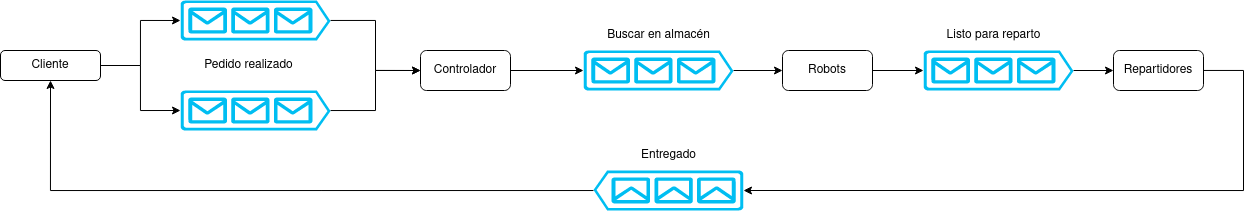
Earlier version of the draw.io export esquema.drawio.png (PabloSanchez2002/REDES2_P2). Source tidied: cells renumbered, new cells last; positions are measured from the earlier drawing's top-left corner, leaving out a move shared by most shapes. The source it was exported from:
```xml
<mxGraphModel>
  <root>
    <mxCell id="0" />
    <mxCell id="1" parent="0" />
    <mxCell id="2" style="edgeStyle=orthogonalEdgeStyle;rounded=0;jettySize=auto;html=1;entryX=0;entryY=0.5;entryDx=0;entryDy=0;entryPerimeter=0;" parent="1" edge="1" source="4" target="8">
      <mxGeometry relative="1" as="geometry" />
    </mxCell>
    <mxCell id="3" style="edgeStyle=orthogonalEdgeStyle;rounded=0;jettySize=auto;html=1;entryX=0;entryY=0.5;entryDx=0;entryDy=0;entryPerimeter=0;" parent="1" edge="1" source="4" target="6">
      <mxGeometry relative="1" as="geometry" />
    </mxCell>
    <mxCell id="4" value="Cliente" style="rounded=1;whiteSpace=wrap;html=1;fontSize=12;glass=0;strokeWidth=1;shadow=0;" parent="1" vertex="1">
      <mxGeometry y="50" width="100" height="30" as="geometry" />
    </mxCell>
    <mxCell id="5" style="edgeStyle=orthogonalEdgeStyle;rounded=0;jettySize=auto;html=1;entryX=0;entryY=0.5;entryDx=0;entryDy=0;" parent="1" edge="1" source="6" target="10">
      <mxGeometry relative="1" as="geometry" />
    </mxCell>
    <mxCell id="6" style="verticalLabelPosition=bottom;html=1;verticalAlign=top;align=center;strokeColor=none;fillColor=#00BEF2;shape=mxgraph.azure.queue_generic;" parent="1" vertex="1">
      <mxGeometry x="180" y="90" width="150" height="40" as="geometry" />
    </mxCell>
    <mxCell id="7" style="edgeStyle=orthogonalEdgeStyle;rounded=0;jettySize=auto;html=1;entryX=0;entryY=0.5;entryDx=0;entryDy=0;" parent="1" edge="1" source="8" target="10">
      <mxGeometry relative="1" as="geometry" />
    </mxCell>
    <mxCell id="8" style="verticalLabelPosition=bottom;html=1;verticalAlign=top;align=center;strokeColor=none;fillColor=#00BEF2;shape=mxgraph.azure.queue_generic;" parent="1" vertex="1">
      <mxGeometry x="180" width="150" height="40" as="geometry" />
    </mxCell>
    <mxCell id="9" style="edgeStyle=orthogonalEdgeStyle;rounded=0;jettySize=auto;html=1;entryX=0;entryY=0.5;entryDx=0;entryDy=0;entryPerimeter=0;" parent="1" edge="1" source="10" target="18">
      <mxGeometry relative="1" as="geometry" />
    </mxCell>
    <mxCell id="10" value="&lt;span id=&quot;yui_3_17_2_1_1678975793827_49&quot;&gt;Controlador&lt;/span&gt;&lt;span&gt;&lt;/span&gt;" style="rounded=1;whiteSpace=wrap;html=1;" parent="1" vertex="1">
      <mxGeometry x="420" y="50" width="90" height="40" as="geometry" />
    </mxCell>
    <mxCell id="11" style="edgeStyle=orthogonalEdgeStyle;rounded=0;jettySize=auto;html=1;entryX=0;entryY=0.5;entryDx=0;entryDy=0;" parent="1" edge="1" source="12" target="14">
      <mxGeometry relative="1" as="geometry" />
    </mxCell>
    <mxCell id="12" style="verticalLabelPosition=bottom;html=1;verticalAlign=top;align=center;strokeColor=none;fillColor=#00BEF2;shape=mxgraph.azure.queue_generic;" parent="1" vertex="1">
      <mxGeometry x="923" y="50" width="150" height="40" as="geometry" />
    </mxCell>
    <mxCell id="13" style="edgeStyle=orthogonalEdgeStyle;rounded=0;jettySize=auto;html=1;entryX=0;entryY=0.5;entryDx=0;entryDy=0;entryPerimeter=0;" parent="1" edge="1" source="14" target="16">
      <mxGeometry relative="1" as="geometry">
        <Array as="points">
          <mxPoint x="1243" y="70" />
          <mxPoint x="1243" y="190" />
        </Array>
      </mxGeometry>
    </mxCell>
    <mxCell id="14" value="Repartidores" style="rounded=1;whiteSpace=wrap;html=1;" parent="1" vertex="1">
      <mxGeometry x="1113" y="50" width="90" height="40" as="geometry" />
    </mxCell>
    <mxCell id="15" style="edgeStyle=orthogonalEdgeStyle;rounded=0;jettySize=auto;html=1;entryX=0.5;entryY=1;entryDx=0;entryDy=0;" parent="1" edge="1" source="16" target="4">
      <mxGeometry relative="1" as="geometry" />
    </mxCell>
    <mxCell id="16" style="verticalLabelPosition=bottom;html=1;verticalAlign=top;align=center;strokeColor=none;fillColor=#00BEF2;shape=mxgraph.azure.queue_generic;direction=west;" parent="1" vertex="1">
      <mxGeometry x="593" y="170" width="150" height="40" as="geometry" />
    </mxCell>
    <mxCell id="17" style="edgeStyle=orthogonalEdgeStyle;rounded=0;jettySize=auto;html=1;entryX=0;entryY=0.5;entryDx=0;entryDy=0;" parent="1" edge="1" source="18" target="20">
      <mxGeometry relative="1" as="geometry" />
    </mxCell>
    <mxCell id="18" style="verticalLabelPosition=bottom;html=1;verticalAlign=top;align=center;strokeColor=none;fillColor=#00BEF2;shape=mxgraph.azure.queue_generic;" parent="1" vertex="1">
      <mxGeometry x="583" y="50" width="150" height="40" as="geometry" />
    </mxCell>
    <mxCell id="19" style="edgeStyle=orthogonalEdgeStyle;rounded=0;jettySize=auto;html=1;entryX=0;entryY=0.5;entryDx=0;entryDy=0;entryPerimeter=0;" parent="1" edge="1" source="20" target="12">
      <mxGeometry relative="1" as="geometry" />
    </mxCell>
    <mxCell id="20" value="Robots" style="rounded=1;whiteSpace=wrap;html=1;" parent="1" vertex="1">
      <mxGeometry x="782" y="50" width="90" height="40" as="geometry" />
    </mxCell>
    <mxCell id="21" value="Pedido realizado" style="text;html=1;align=center;verticalAlign=middle;strokeColor=none;fillColor=none;" parent="1" vertex="1">
      <mxGeometry x="193" y="50" width="110" height="30" as="geometry" />
    </mxCell>
    <mxCell id="22" value="Buscar en almacén" style="text;html=1;align=center;verticalAlign=middle;strokeColor=none;fillColor=none;" parent="1" vertex="1">
      <mxGeometry x="593" y="20" width="130" height="30" as="geometry" />
    </mxCell>
    <mxCell id="23" value="Listo para reparto" style="text;html=1;align=center;verticalAlign=middle;strokeColor=none;fillColor=none;" parent="1" vertex="1">
      <mxGeometry x="933" y="20" width="120" height="30" as="geometry" />
    </mxCell>
    <mxCell id="24" value="Entregado" style="text;html=1;align=center;verticalAlign=middle;strokeColor=none;fillColor=none;" parent="1" vertex="1">
      <mxGeometry x="628" y="140" width="80" height="30" as="geometry" />
    </mxCell>
  </root>
</mxGraphModel>
```
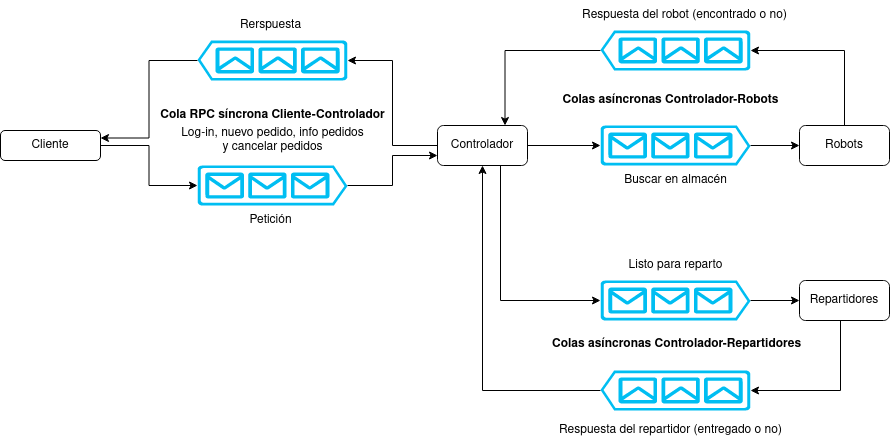
Above is the later version.

Change to the diagram source:
```diff
@@ -2,79 +2,113 @@
   <root>
     <mxCell id="0" />
     <mxCell id="1" parent="0" />
-    <mxCell id="2" style="edgeStyle=orthogonalEdgeStyle;rounded=0;jettySize=auto;html=1;entryX=0;entryY=0.5;entryDx=0;entryDy=0;entryPerimeter=0;" parent="1" edge="1" source="4" target="8">
-      <mxGeometry relative="1" as="geometry" />
-    </mxCell>
     <mxCell id="3" style="edgeStyle=orthogonalEdgeStyle;rounded=0;jettySize=auto;html=1;entryX=0;entryY=0.5;entryDx=0;entryDy=0;entryPerimeter=0;" parent="1" edge="1" source="4" target="6">
       <mxGeometry relative="1" as="geometry" />
     </mxCell>
     <mxCell id="4" value="Cliente" style="rounded=1;whiteSpace=wrap;html=1;fontSize=12;glass=0;strokeWidth=1;shadow=0;" parent="1" vertex="1">
-      <mxGeometry y="50" width="100" height="30" as="geometry" />
+      <mxGeometry x="-17" y="50" width="100" height="30" as="geometry" />
     </mxCell>
-    <mxCell id="5" style="edgeStyle=orthogonalEdgeStyle;rounded=0;jettySize=auto;html=1;entryX=0;entryY=0.5;entryDx=0;entryDy=0;" parent="1" edge="1" source="6" target="10">
+    <mxCell id="5" style="edgeStyle=orthogonalEdgeStyle;rounded=0;jettySize=auto;html=1;entryX=0;entryY=0.75;entryDx=0;entryDy=0;" parent="1" edge="1" source="6" target="10">
       <mxGeometry relative="1" as="geometry" />
     </mxCell>
     <mxCell id="6" style="verticalLabelPosition=bottom;html=1;verticalAlign=top;align=center;strokeColor=none;fillColor=#00BEF2;shape=mxgraph.azure.queue_generic;" parent="1" vertex="1">
-      <mxGeometry x="180" y="90" width="150" height="40" as="geometry" />
+      <mxGeometry x="180" y="85" width="150" height="40" as="geometry" />
     </mxCell>
-    <mxCell id="7" style="edgeStyle=orthogonalEdgeStyle;rounded=0;jettySize=auto;html=1;entryX=0;entryY=0.5;entryDx=0;entryDy=0;" parent="1" edge="1" source="8" target="10">
-      <mxGeometry relative="1" as="geometry" />
-    </mxCell>
+    <mxCell id="25" style="edgeStyle=orthogonalEdgeStyle;rounded=0;jettySize=auto;html=1;entryX=1;entryY=0.25;entryDx=0;entryDy=0;" parent="1" edge="1" source="8" target="4">
+      <mxGeometry relative="1" as="geometry" />
+    </mxCell>
-    <mxCell id="8" style="verticalLabelPosition=bottom;html=1;verticalAlign=top;align=center;strokeColor=none;fillColor=#00BEF2;shape=mxgraph.azure.queue_generic;" parent="1" vertex="1">
-      <mxGeometry x="180" width="150" height="40" as="geometry" />
+    <mxCell id="8" style="verticalLabelPosition=bottom;html=1;verticalAlign=top;align=center;strokeColor=none;fillColor=#00BEF2;shape=mxgraph.azure.queue_generic;direction=west;" parent="1" vertex="1">
+      <mxGeometry x="180" y="-40" width="150" height="40" as="geometry" />
     </mxCell>
     <mxCell id="9" style="edgeStyle=orthogonalEdgeStyle;rounded=0;jettySize=auto;html=1;entryX=0;entryY=0.5;entryDx=0;entryDy=0;entryPerimeter=0;" parent="1" edge="1" source="10" target="18">
       <mxGeometry relative="1" as="geometry" />
     </mxCell>
+    <mxCell id="26" style="edgeStyle=orthogonalEdgeStyle;rounded=0;jettySize=auto;html=1;entryX=0;entryY=0.5;entryDx=0;entryDy=0;entryPerimeter=0;" parent="1" edge="1" source="10" target="12">
+      <mxGeometry relative="1" as="geometry">
+        <Array as="points">
+          <mxPoint x="483" y="220" />
+        </Array>
+      </mxGeometry>
+    </mxCell>
+    <mxCell id="27" style="edgeStyle=orthogonalEdgeStyle;rounded=0;jettySize=auto;html=1;entryX=0;entryY=0.5;entryDx=0;entryDy=0;entryPerimeter=0;" parent="1" edge="1" source="10" target="8">
+      <mxGeometry relative="1" as="geometry" />
+    </mxCell>
     <mxCell id="10" value="&lt;span id=&quot;yui_3_17_2_1_1678975793827_49&quot;&gt;Controlador&lt;/span&gt;&lt;span&gt;&lt;/span&gt;" style="rounded=1;whiteSpace=wrap;html=1;" parent="1" vertex="1">
-      <mxGeometry x="420" y="50" width="90" height="40" as="geometry" />
+      <mxGeometry x="420" y="45" width="90" height="40" as="geometry" />
     </mxCell>
     <mxCell id="11" style="edgeStyle=orthogonalEdgeStyle;rounded=0;jettySize=auto;html=1;entryX=0;entryY=0.5;entryDx=0;entryDy=0;" parent="1" edge="1" source="12" target="14">
       <mxGeometry relative="1" as="geometry" />
     </mxCell>
     <mxCell id="12" style="verticalLabelPosition=bottom;html=1;verticalAlign=top;align=center;strokeColor=none;fillColor=#00BEF2;shape=mxgraph.azure.queue_generic;" parent="1" vertex="1">
-      <mxGeometry x="923" y="50" width="150" height="40" as="geometry" />
+      <mxGeometry x="583" y="200" width="150" height="40" as="geometry" />
     </mxCell>
-    <mxCell id="13" style="edgeStyle=orthogonalEdgeStyle;rounded=0;jettySize=auto;html=1;entryX=0;entryY=0.5;entryDx=0;entryDy=0;entryPerimeter=0;" parent="1" edge="1" source="14" target="16">
-      <mxGeometry relative="1" as="geometry">
-        <Array as="points">
-          <mxPoint x="1243" y="70" />
-          <mxPoint x="1243" y="190" />
-        </Array>
-      </mxGeometry>
-    </mxCell>
+    <mxCell id="28" style="edgeStyle=orthogonalEdgeStyle;rounded=0;jettySize=auto;html=1;entryX=0;entryY=0.5;entryDx=0;entryDy=0;entryPerimeter=0;" parent="1" edge="1" source="14" target="36">
+      <mxGeometry relative="1" as="geometry">
+        <Array as="points">
+          <mxPoint x="823" y="310" />
+        </Array>
+      </mxGeometry>
+    </mxCell>
     <mxCell id="14" value="Repartidores" style="rounded=1;whiteSpace=wrap;html=1;" parent="1" vertex="1">
-      <mxGeometry x="1113" y="50" width="90" height="40" as="geometry" />
+      <mxGeometry x="782" y="200" width="90" height="40" as="geometry" />
     </mxCell>
-    <mxCell id="15" style="edgeStyle=orthogonalEdgeStyle;rounded=0;jettySize=auto;html=1;entryX=0.5;entryY=1;entryDx=0;entryDy=0;" parent="1" edge="1" source="16" target="4">
-      <mxGeometry relative="1" as="geometry" />
-    </mxCell>
-    <mxCell id="16" style="verticalLabelPosition=bottom;html=1;verticalAlign=top;align=center;strokeColor=none;fillColor=#00BEF2;shape=mxgraph.azure.queue_generic;direction=west;" parent="1" vertex="1">
-      <mxGeometry x="593" y="170" width="150" height="40" as="geometry" />
-    </mxCell>
     <mxCell id="17" style="edgeStyle=orthogonalEdgeStyle;rounded=0;jettySize=auto;html=1;entryX=0;entryY=0.5;entryDx=0;entryDy=0;" parent="1" edge="1" source="18" target="20">
       <mxGeometry relative="1" as="geometry" />
     </mxCell>
     <mxCell id="18" style="verticalLabelPosition=bottom;html=1;verticalAlign=top;align=center;strokeColor=none;fillColor=#00BEF2;shape=mxgraph.azure.queue_generic;" parent="1" vertex="1">
-      <mxGeometry x="583" y="50" width="150" height="40" as="geometry" />
+      <mxGeometry x="583" y="45" width="150" height="40" as="geometry" />
     </mxCell>
-    <mxCell id="19" style="edgeStyle=orthogonalEdgeStyle;rounded=0;jettySize=auto;html=1;entryX=0;entryY=0.5;entryDx=0;entryDy=0;entryPerimeter=0;" parent="1" edge="1" source="20" target="12">
-      <mxGeometry relative="1" as="geometry" />
-    </mxCell>
+    <mxCell id="29" style="edgeStyle=orthogonalEdgeStyle;rounded=0;jettySize=auto;html=1;entryX=0;entryY=0.5;entryDx=0;entryDy=0;entryPerimeter=0;" parent="1" edge="1" source="20" target="32">
+      <mxGeometry relative="1" as="geometry">
+        <Array as="points">
+          <mxPoint x="827" y="-30" />
+        </Array>
+      </mxGeometry>
+    </mxCell>
     <mxCell id="20" value="Robots" style="rounded=1;whiteSpace=wrap;html=1;" parent="1" vertex="1">
-      <mxGeometry x="782" y="50" width="90" height="40" as="geometry" />
+      <mxGeometry x="782" y="45" width="90" height="40" as="geometry" />
     </mxCell>
-    <mxCell id="21" value="Pedido realizado" style="text;html=1;align=center;verticalAlign=middle;strokeColor=none;fillColor=none;" parent="1" vertex="1">
-      <mxGeometry x="193" y="50" width="110" height="30" as="geometry" />
-    </mxCell>
     <mxCell id="22" value="Buscar en almacén" style="text;html=1;align=center;verticalAlign=middle;strokeColor=none;fillColor=none;" parent="1" vertex="1">
-      <mxGeometry x="593" y="20" width="130" height="30" as="geometry" />
+      <mxGeometry x="593" y="85" width="130" height="30" as="geometry" />
     </mxCell>
     <mxCell id="23" value="Listo para reparto" style="text;html=1;align=center;verticalAlign=middle;strokeColor=none;fillColor=none;" parent="1" vertex="1">
-      <mxGeometry x="933" y="20" width="120" height="30" as="geometry" />
+      <mxGeometry x="598" y="170" width="120" height="30" as="geometry" />
     </mxCell>
-    <mxCell id="24" value="Entregado" style="text;html=1;align=center;verticalAlign=middle;strokeColor=none;fillColor=none;" parent="1" vertex="1">
-      <mxGeometry x="628" y="140" width="80" height="30" as="geometry" />
-    </mxCell>
+    <mxCell id="30" value="&lt;b&gt;Cola RPC síncrona Cliente-Controlador&lt;/b&gt;" style="text;html=1;align=center;verticalAlign=middle;strokeColor=none;fillColor=none;" parent="1" vertex="1">
+      <mxGeometry x="130" y="20" width="250" height="30" as="geometry" />
+    </mxCell>
+    <mxCell id="31" style="edgeStyle=orthogonalEdgeStyle;rounded=0;jettySize=auto;html=1;entryX=0.75;entryY=0;entryDx=0;entryDy=0;" parent="1" edge="1" source="32" target="10">
+      <mxGeometry relative="1" as="geometry" />
+    </mxCell>
+    <mxCell id="32" style="verticalLabelPosition=bottom;html=1;verticalAlign=top;align=center;strokeColor=none;fillColor=#00BEF2;shape=mxgraph.azure.queue_generic;direction=west;" parent="1" vertex="1">
+      <mxGeometry x="583" y="-50" width="150" height="40" as="geometry" />
+    </mxCell>
+    <mxCell id="33" value="Respuesta del robot (encontrado o no)" style="text;html=1;align=center;verticalAlign=middle;strokeColor=none;fillColor=none;" parent="1" vertex="1">
+      <mxGeometry x="552" y="-80" width="230" height="30" as="geometry" />
+    </mxCell>
+    <mxCell id="34" value="&lt;div&gt;Log-in, nuevo pedido, info pedidos &lt;br&gt;&lt;/div&gt;&lt;div&gt;y cancelar pedidos&lt;/div&gt;" style="text;html=1;align=center;verticalAlign=middle;strokeColor=none;fillColor=none;" parent="1" vertex="1">
+      <mxGeometry x="150" y="40" width="210" height="40" as="geometry" />
+    </mxCell>
+    <mxCell id="35" style="edgeStyle=orthogonalEdgeStyle;rounded=0;jettySize=auto;html=1;entryX=0.5;entryY=1;entryDx=0;entryDy=0;" parent="1" edge="1" source="36" target="10">
+      <mxGeometry relative="1" as="geometry" />
+    </mxCell>
+    <mxCell id="36" style="verticalLabelPosition=bottom;html=1;verticalAlign=top;align=center;strokeColor=none;fillColor=#00BEF2;shape=mxgraph.azure.queue_generic;rotation=-180;" parent="1" vertex="1">
+      <mxGeometry x="583" y="290" width="150" height="40" as="geometry" />
+    </mxCell>
+    <mxCell id="37" value="Petición" style="text;html=1;align=center;verticalAlign=middle;strokeColor=none;fillColor=none;" parent="1" vertex="1">
+      <mxGeometry x="218" y="125" width="70" height="30" as="geometry" />
+    </mxCell>
+    <mxCell id="38" value="Rerspuesta" style="text;html=1;align=center;verticalAlign=middle;strokeColor=none;fillColor=none;" parent="1" vertex="1">
+      <mxGeometry x="213" y="-70" width="80" height="30" as="geometry" />
+    </mxCell>
+    <mxCell id="39" value="&lt;b&gt;Colas asíncronas Controlador-Robots&lt;/b&gt;" style="text;html=1;align=center;verticalAlign=middle;strokeColor=none;fillColor=none;" parent="1" vertex="1">
+      <mxGeometry x="533" y="5" width="240" height="30" as="geometry" />
+    </mxCell>
+    <mxCell id="40" value="Respuesta del repartidor (entregado o no)" style="text;html=1;align=center;verticalAlign=middle;strokeColor=none;fillColor=none;" parent="1" vertex="1">
+      <mxGeometry x="528" y="335" width="250" height="30" as="geometry" />
+    </mxCell>
+    <mxCell id="41" value="&lt;b&gt;Colas asíncronas Controlador-Repartidores&lt;/b&gt;" style="text;whiteSpace=wrap;html=1;" parent="1" vertex="1">
+      <mxGeometry x="533" y="250" width="260" height="40" as="geometry" />
+    </mxCell>
   </root>
 </mxGraphModel>
```
